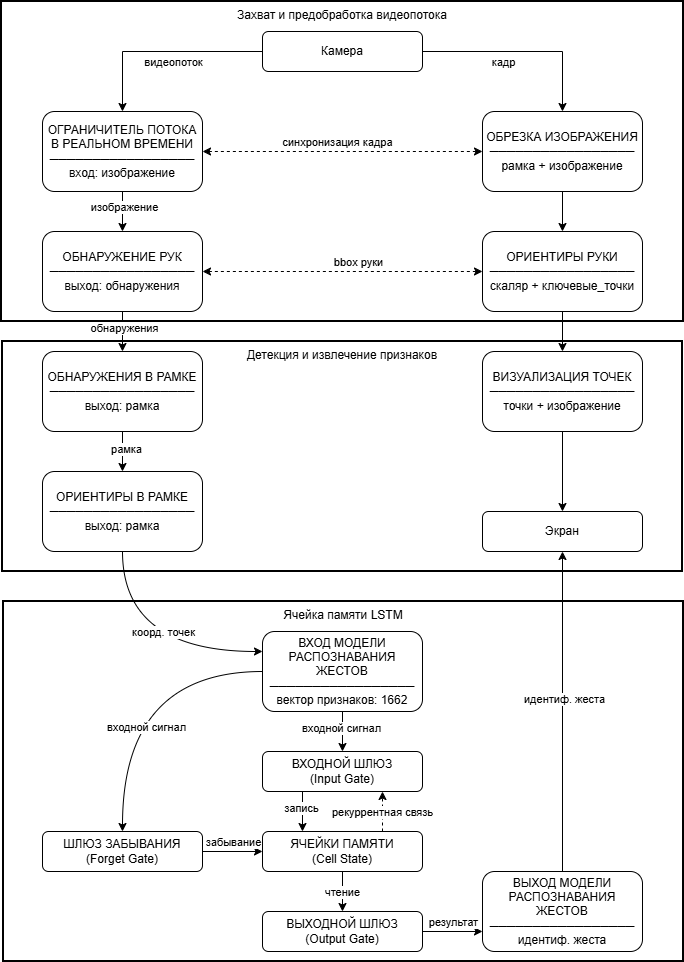
vuquang142k/4_semester_magis keeps this draw.io diagram as nir/part2-Схема работы .drawio.png. Above is the earlier version. Source tidied: cells renumbered, new cells last; positions are measured from the earlier drawing's top-left corner, leaving out a move shared by most shapes.
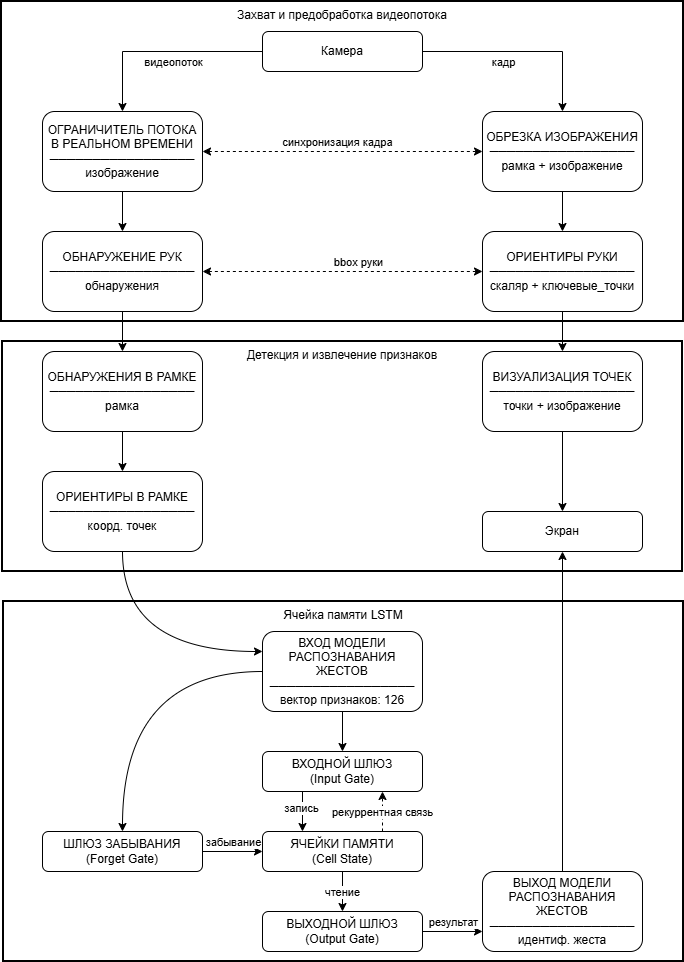
Above is the later version.

Change to the diagram source:
```diff
@@ -39,28 +39,19 @@
     <mxCell id="12" style="edgeStyle=orthogonalEdgeStyle;rounded=0;jettySize=auto;html=1;exitX=0.5;exitY=1;exitDx=0;exitDy=0;entryX=0.5;entryY=0;entryDx=0;entryDy=0;" parent="1" edge="1" source="14" target="17">
       <mxGeometry relative="1" as="geometry" />
     </mxCell>
-    <mxCell id="13" value="изображение" style="edgeLabel;html=1;align=center;verticalAlign=middle;" parent="12" vertex="1">
-      <mxGeometry x="-0.25" y="1" relative="1" as="geometry" />
-    </mxCell>
-    <mxCell id="14" value="ОГРАНИЧИТЕЛЬ ПОТОКА&lt;br style=&quot;padding: 0px; margin: 0px;&quot;&gt;В РЕАЛЬНОМ ВРЕМЕНИ&lt;br style=&quot;padding: 0px; margin: 0px;&quot;&gt;─────────────────&lt;br style=&quot;padding: 0px; margin: 0px;&quot;&gt;вход: изображение" style="rounded=1;whiteSpace=wrap;html=1;" parent="1" vertex="1">
+    <mxCell id="14" value="ОГРАНИЧИТЕЛЬ ПОТОКА&lt;br style=&quot;padding: 0px; margin: 0px;&quot;&gt;В РЕАЛЬНОМ ВРЕМЕНИ&lt;br style=&quot;padding: 0px; margin: 0px;&quot;&gt;─────────────────&lt;br style=&quot;padding: 0px; margin: 0px;&quot;&gt;изображение" style="rounded=1;whiteSpace=wrap;html=1;" parent="1" vertex="1">
       <mxGeometry x="41" y="110" width="160" height="80" as="geometry" />
     </mxCell>
     <mxCell id="15" style="edgeStyle=orthogonalEdgeStyle;rounded=0;jettySize=auto;html=1;exitX=0.5;exitY=1;exitDx=0;exitDy=0;entryX=0.5;entryY=0;entryDx=0;entryDy=0;" parent="1" edge="1" source="17" target="20">
       <mxGeometry relative="1" as="geometry" />
     </mxCell>
-    <mxCell id="16" value="обнаружения" style="edgeLabel;html=1;align=center;verticalAlign=middle;" parent="15" vertex="1">
-      <mxGeometry x="-0.2" y="1" relative="1" as="geometry" />
-    </mxCell>
-    <mxCell id="17" value="ОБНАРУЖЕНИЕ РУК&lt;br style=&quot;padding: 0px; margin: 0px;&quot;&gt;─────────────────&lt;br style=&quot;padding: 0px; margin: 0px;&quot;&gt;выход: обнаружения" style="rounded=1;whiteSpace=wrap;html=1;" parent="1" vertex="1">
+    <mxCell id="17" value="ОБНАРУЖЕНИЕ РУК&lt;br style=&quot;padding: 0px; margin: 0px;&quot;&gt;─────────────────&lt;br style=&quot;padding: 0px; margin: 0px;&quot;&gt;обнаружения" style="rounded=1;whiteSpace=wrap;html=1;" parent="1" vertex="1">
       <mxGeometry x="41" y="230" width="160" height="80" as="geometry" />
     </mxCell>
     <mxCell id="18" style="edgeStyle=orthogonalEdgeStyle;rounded=0;jettySize=auto;html=1;exitX=0.5;exitY=1;exitDx=0;exitDy=0;entryX=0.5;entryY=0;entryDx=0;entryDy=0;" parent="1" edge="1" source="20" target="27">
       <mxGeometry relative="1" as="geometry" />
     </mxCell>
-    <mxCell id="19" value="рамка" style="edgeLabel;html=1;align=center;verticalAlign=middle;" parent="18" vertex="1">
-      <mxGeometry x="-0.15" y="3" relative="1" as="geometry" />
-    </mxCell>
-    <mxCell id="20" value="ОБНАРУЖЕНИЯ В РАМКЕ&lt;br style=&quot;padding: 0px; margin: 0px;&quot;&gt;─────────────────&lt;br style=&quot;padding: 0px; margin: 0px;&quot;&gt;выход: рамка" style="rounded=1;whiteSpace=wrap;html=1;" parent="1" vertex="1">
+    <mxCell id="20" value="ОБНАРУЖЕНИЯ В РАМКЕ&lt;br style=&quot;padding: 0px; margin: 0px;&quot;&gt;─────────────────&lt;br style=&quot;padding: 0px; margin: 0px;&quot;&gt;рамка" style="rounded=1;whiteSpace=wrap;html=1;" parent="1" vertex="1">
       <mxGeometry x="41" y="350" width="160" height="80" as="geometry" />
     </mxCell>
     <mxCell id="21" style="edgeStyle=orthogonalEdgeStyle;rounded=0;jettySize=auto;html=1;exitX=0.5;exitY=1;exitDx=0;exitDy=0;entryX=0.5;entryY=0;entryDx=0;entryDy=0;" parent="1" edge="1" source="22" target="24">
@@ -78,27 +69,16 @@
     <mxCell id="25" style="edgeStyle=orthogonalEdgeStyle;rounded=0;jettySize=auto;html=1;exitX=0.5;exitY=1;exitDx=0;exitDy=0;entryX=0;entryY=0.25;entryDx=0;entryDy=0;curved=1;" parent="1" edge="1" source="27" target="32">
       <mxGeometry relative="1" as="geometry" />
     </mxCell>
-    <mxCell id="26" value="коорд. точек" style="edgeLabel;html=1;align=center;verticalAlign=middle;" parent="25" vertex="1">
-      <mxGeometry x="-0.03" relative="1" as="geometry">
-        <mxPoint x="24" y="-20" as="offset" />
-      </mxGeometry>
-    </mxCell>
-    <mxCell id="27" value="ОРИЕНТИРЫ В РАМКЕ&lt;br style=&quot;padding: 0px; margin: 0px;&quot;&gt;─────────────────&lt;br style=&quot;padding: 0px; margin: 0px;&quot;&gt;выход: рамка" style="rounded=1;whiteSpace=wrap;html=1;" parent="1" vertex="1">
+    <mxCell id="27" value="ОРИЕНТИРЫ В РАМКЕ&lt;br style=&quot;padding: 0px; margin: 0px;&quot;&gt;─────────────────&lt;br style=&quot;padding: 0px; margin: 0px;&quot;&gt;коорд. точек" style="rounded=1;whiteSpace=wrap;html=1;" parent="1" vertex="1">
       <mxGeometry x="41" y="470" width="160" height="80" as="geometry" />
     </mxCell>
     <mxCell id="28" style="edgeStyle=orthogonalEdgeStyle;rounded=0;jettySize=auto;html=1;exitX=0.5;exitY=1;exitDx=0;exitDy=0;entryX=0.5;entryY=0;entryDx=0;entryDy=0;" parent="1" edge="1" source="32" target="35">
       <mxGeometry relative="1" as="geometry" />
     </mxCell>
-    <mxCell id="29" value="входной сигнал" style="edgeLabel;html=1;align=center;verticalAlign=middle;" parent="28" vertex="1">
-      <mxGeometry x="-0.2" y="-2" relative="1" as="geometry" />
-    </mxCell>
     <mxCell id="30" style="edgeStyle=orthogonalEdgeStyle;rounded=0;jettySize=auto;html=1;exitX=0;exitY=0.5;exitDx=0;exitDy=0;entryX=0.5;entryY=0;entryDx=0;entryDy=0;curved=1;" parent="1" edge="1" source="32" target="38">
       <mxGeometry relative="1" as="geometry" />
     </mxCell>
-    <mxCell id="31" value="входной сигнал" style="edgeLabel;html=1;align=center;verticalAlign=middle;" parent="30" vertex="1">
-      <mxGeometry x="0.3" y="23" relative="1" as="geometry" />
-    </mxCell>
-    <mxCell id="32" value="ВХОД МОДЕЛИ&lt;br style=&quot;padding: 0px; margin: 0px;&quot;&gt;РАСПОЗНАВАНИЯ ЖЕСТОВ&lt;br style=&quot;padding: 0px; margin: 0px;&quot;&gt;─────────────────&lt;br style=&quot;padding: 0px; margin: 0px;&quot;&gt;вектор признаков: 1662" style="rounded=1;whiteSpace=wrap;html=1;" parent="1" vertex="1">
+    <mxCell id="32" value="ВХОД МОДЕЛИ&lt;br style=&quot;padding: 0px; margin: 0px;&quot;&gt;РАСПОЗНАВАНИЯ ЖЕСТОВ&lt;br style=&quot;padding: 0px; margin: 0px;&quot;&gt;─────────────────&lt;br style=&quot;padding: 0px; margin: 0px;&quot;&gt;вектор признаков: 126" style="rounded=1;whiteSpace=wrap;html=1;" parent="1" vertex="1">
       <mxGeometry x="261" y="630" width="160" height="80" as="geometry" />
     </mxCell>
     <mxCell id="33" style="edgeStyle=orthogonalEdgeStyle;rounded=0;jettySize=auto;html=1;exitX=0.25;exitY=1;exitDx=0;exitDy=0;entryX=0.25;entryY=0;entryDx=0;entryDy=0;" parent="1" edge="1" source="35" target="46">
@@ -150,9 +130,6 @@
     <mxCell id="47" style="edgeStyle=orthogonalEdgeStyle;rounded=0;jettySize=auto;html=1;exitX=0.5;exitY=0;exitDx=0;exitDy=0;entryX=0.5;entryY=1;entryDx=0;entryDy=0;" parent="1" edge="1" source="49" target="50">
       <mxGeometry relative="1" as="geometry" />
     </mxCell>
-    <mxCell id="48" value="идентиф. жеста" style="edgeLabel;html=1;align=center;verticalAlign=middle;" parent="47" vertex="1">
-      <mxGeometry x="0.08" y="-1" relative="1" as="geometry" />
-    </mxCell>
     <mxCell id="49" value="ВЫХОД МОДЕЛИ&lt;br style=&quot;padding: 0px; margin: 0px;&quot;&gt;РАСПОЗНАВАНИЯ ЖЕСТОВ&lt;br style=&quot;padding: 0px; margin: 0px;&quot;&gt;─────────────────&lt;br style=&quot;padding: 0px; margin: 0px;&quot;&gt;идентиф. жеста" style="rounded=1;whiteSpace=wrap;html=1;" parent="1" vertex="1">
       <mxGeometry x="481" y="870" width="160" height="80" as="geometry" />
     </mxCell>
```
